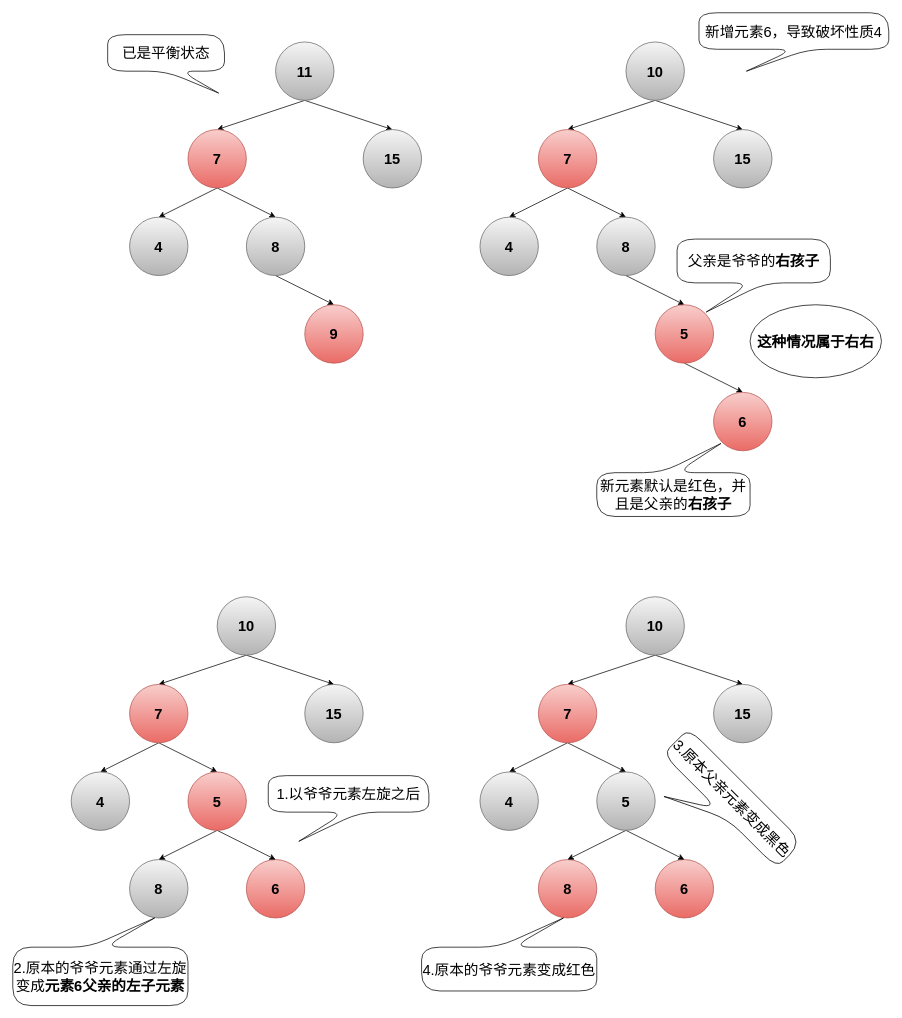
Earlier version of the draw.io diagram page "右右" (1 of 5) of typora/JavaSE/6 集合/drawio/HashMap/红黑树失衡情况.drawio (LDChing0321/JavaLearn). Source tidied: cells renumbered, new cells numbered last; positions are measured from the earlier drawing's top-left corner, leaving out a move shared by most shapes. Both pictures are drawn from the tidied source at 73%, with x=0, y=0 at pixel (12, 12).
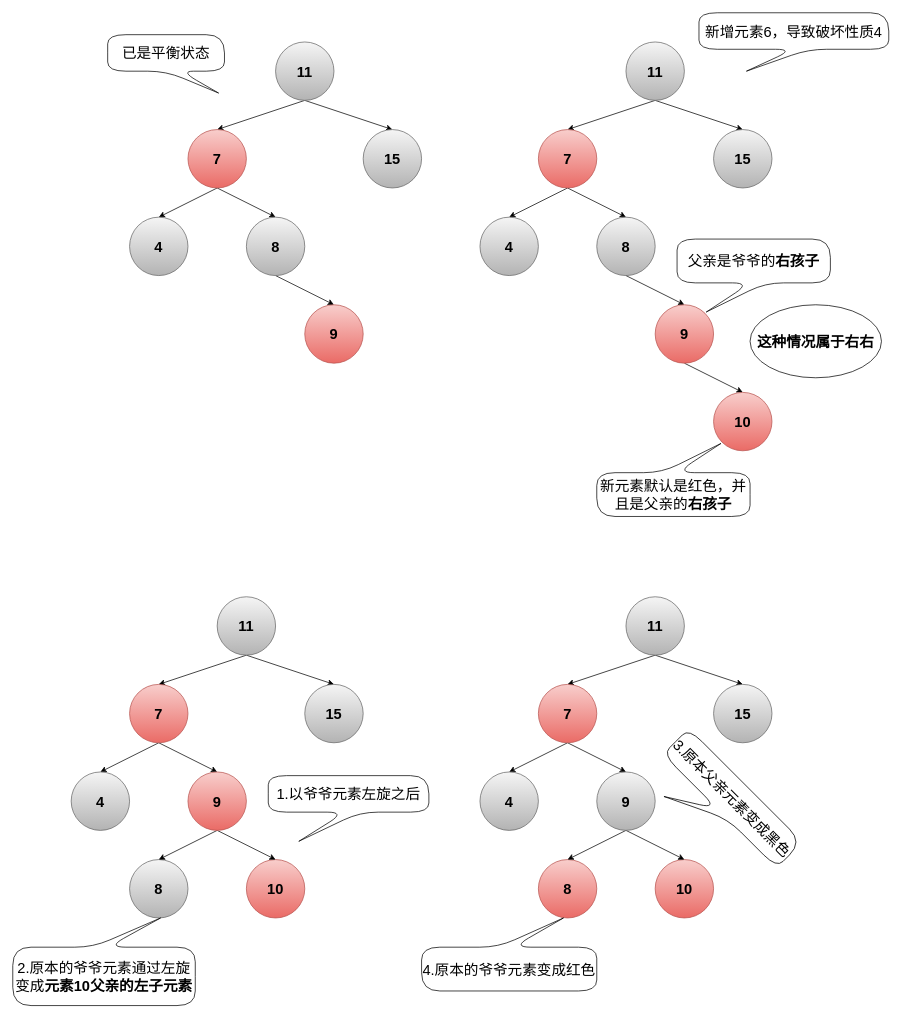
The same diagram, later.

Change to the diagram source:
```diff
@@
-    <mxCell id="17" value="&lt;b style=&quot;font-size: 20px;&quot;&gt;10&lt;/b&gt;" style="ellipse;whiteSpace=wrap;html=1;fontSize=20;fillColor=#f5f5f5;gradientColor=#b3b3b3;strokeColor=#666666;" parent="1" vertex="1">
+    <mxCell id="17" value="&lt;b style=&quot;font-size: 20px;&quot;&gt;11&lt;/b&gt;" style="ellipse;whiteSpace=wrap;html=1;fontSize=20;fillColor=#f5f5f5;gradientColor=#b3b3b3;strokeColor=#666666;" parent="1" vertex="1">
       <mxGeometry x="840" y="40" width="80" height="80" as="geometry" />
     </mxCell>
@@
-    <mxCell id="26" value="&lt;b style=&quot;font-size: 20px;&quot;&gt;5&lt;/b&gt;" style="ellipse;whiteSpace=wrap;html=1;fontSize=20;fillColor=#f8cecc;gradientColor=#ea6b66;strokeColor=#b85450;" parent="1" vertex="1">
+    <mxCell id="26" value="&lt;b style=&quot;font-size: 20px;&quot;&gt;9&lt;/b&gt;" style="ellipse;whiteSpace=wrap;html=1;fontSize=20;fillColor=#f8cecc;gradientColor=#ea6b66;strokeColor=#b85450;" parent="1" vertex="1">
       <mxGeometry x="880" y="400" width="80" height="80" as="geometry" />
     </mxCell>
-    <mxCell id="27" value="&lt;b style=&quot;font-size: 20px;&quot;&gt;6&lt;/b&gt;" style="ellipse;whiteSpace=wrap;html=1;fontSize=20;fillColor=#f8cecc;gradientColor=#ea6b66;strokeColor=#b85450;" parent="1" vertex="1">
+    <mxCell id="27" value="&lt;b style=&quot;font-size: 20px;&quot;&gt;10&lt;/b&gt;" style="ellipse;whiteSpace=wrap;html=1;fontSize=20;fillColor=#f8cecc;gradientColor=#ea6b66;strokeColor=#b85450;" parent="1" vertex="1">
       <mxGeometry x="960" y="520" width="80" height="80" as="geometry" />
     </mxCell>
@@
-    <mxCell id="31" value="&lt;b style=&quot;font-size: 20px;&quot;&gt;10&lt;/b&gt;" style="ellipse;whiteSpace=wrap;html=1;fontSize=20;fillColor=#f5f5f5;gradientColor=#b3b3b3;strokeColor=#666666;" parent="1" vertex="1">
+    <mxCell id="31" value="&lt;b style=&quot;font-size: 20px;&quot;&gt;11&lt;/b&gt;" style="ellipse;whiteSpace=wrap;html=1;fontSize=20;fillColor=#f5f5f5;gradientColor=#b3b3b3;strokeColor=#666666;" parent="1" vertex="1">
       <mxGeometry x="280" y="800" width="80" height="80" as="geometry" />
     </mxCell>
@@
-    <mxCell id="37" value="&lt;b style=&quot;font-size: 20px;&quot;&gt;6&lt;/b&gt;" style="ellipse;whiteSpace=wrap;html=1;fontSize=20;fillColor=#f8cecc;gradientColor=#ea6b66;strokeColor=#b85450;" parent="1" vertex="1">
+    <mxCell id="37" value="&lt;b style=&quot;font-size: 20px;&quot;&gt;10&lt;/b&gt;" style="ellipse;whiteSpace=wrap;html=1;fontSize=20;fillColor=#f8cecc;gradientColor=#ea6b66;strokeColor=#b85450;" parent="1" vertex="1">
       <mxGeometry x="320" y="1160" width="80" height="80" as="geometry" />
     </mxCell>
@@
-    <mxCell id="44" value="&lt;b style=&quot;font-size: 20px;&quot;&gt;5&lt;/b&gt;" style="ellipse;whiteSpace=wrap;html=1;fontSize=20;fillColor=#f8cecc;gradientColor=#ea6b66;strokeColor=#b85450;" parent="1" vertex="1">
+    <mxCell id="44" value="&lt;b&gt;9&lt;/b&gt;" style="ellipse;whiteSpace=wrap;html=1;fontSize=20;fillColor=#f8cecc;gradientColor=#ea6b66;strokeColor=#b85450;" parent="1" vertex="1">
       <mxGeometry x="240" y="1040" width="80" height="80" as="geometry" />
     </mxCell>
-    <mxCell id="45" value="2.原本的爷爷元素通过左旋变成&lt;b&gt;元素6父亲的左子元素&lt;/b&gt;" style="shape=callout;whiteSpace=wrap;html=1;perimeter=calloutPerimeter;fontSize=20;rounded=1;arcSize=50;position2=0.19;size=40;position=0.48;direction=west;" parent="1" vertex="1">
-      <mxGeometry y="1240" width="240" height="120" as="geometry" />
+    <mxCell id="45" value="2.原本的爷爷元素通过左旋变成&lt;b&gt;元素10父亲的左子元素&lt;/b&gt;" style="shape=callout;whiteSpace=wrap;html=1;perimeter=calloutPerimeter;fontSize=20;rounded=1;arcSize=50;position2=0.19;size=40;position=0.48;direction=west;" parent="1" vertex="1">
+      <mxGeometry y="1240" width="250" height="120" as="geometry" />
     </mxCell>
@@
-    <mxCell id="48" value="&lt;b style=&quot;font-size: 20px;&quot;&gt;10&lt;/b&gt;" style="ellipse;whiteSpace=wrap;html=1;fontSize=20;fillColor=#f5f5f5;gradientColor=#b3b3b3;strokeColor=#666666;" parent="1" vertex="1">
+    <mxCell id="48" value="&lt;b style=&quot;font-size: 20px;&quot;&gt;11&lt;/b&gt;" style="ellipse;whiteSpace=wrap;html=1;fontSize=20;fillColor=#f5f5f5;gradientColor=#b3b3b3;strokeColor=#666666;" parent="1" vertex="1">
       <mxGeometry x="840" y="800" width="80" height="80" as="geometry" />
     </mxCell>
@@
-    <mxCell id="54" value="&lt;b style=&quot;font-size: 20px;&quot;&gt;6&lt;/b&gt;" style="ellipse;whiteSpace=wrap;html=1;fontSize=20;fillColor=#f8cecc;gradientColor=#ea6b66;strokeColor=#b85450;" parent="1" vertex="1">
+    <mxCell id="54" value="&lt;b style=&quot;font-size: 20px;&quot;&gt;10&lt;/b&gt;" style="ellipse;whiteSpace=wrap;html=1;fontSize=20;fillColor=#f8cecc;gradientColor=#ea6b66;strokeColor=#b85450;" parent="1" vertex="1">
       <mxGeometry x="880" y="1160" width="80" height="80" as="geometry" />
     </mxCell>
@@
-    <mxCell id="59" value="&lt;b style=&quot;font-size: 20px;&quot;&gt;5&lt;/b&gt;" style="ellipse;whiteSpace=wrap;html=1;fontSize=20;fillColor=#f5f5f5;gradientColor=#b3b3b3;strokeColor=#666666;" parent="1" vertex="1">
+    <mxCell id="59" value="&lt;b style=&quot;font-size: 20px;&quot;&gt;9&lt;/b&gt;" style="ellipse;whiteSpace=wrap;html=1;fontSize=20;fillColor=#f5f5f5;gradientColor=#b3b3b3;strokeColor=#666666;" parent="1" vertex="1">
       <mxGeometry x="800" y="1040" width="80" height="80" as="geometry" />
     </mxCell>
```
